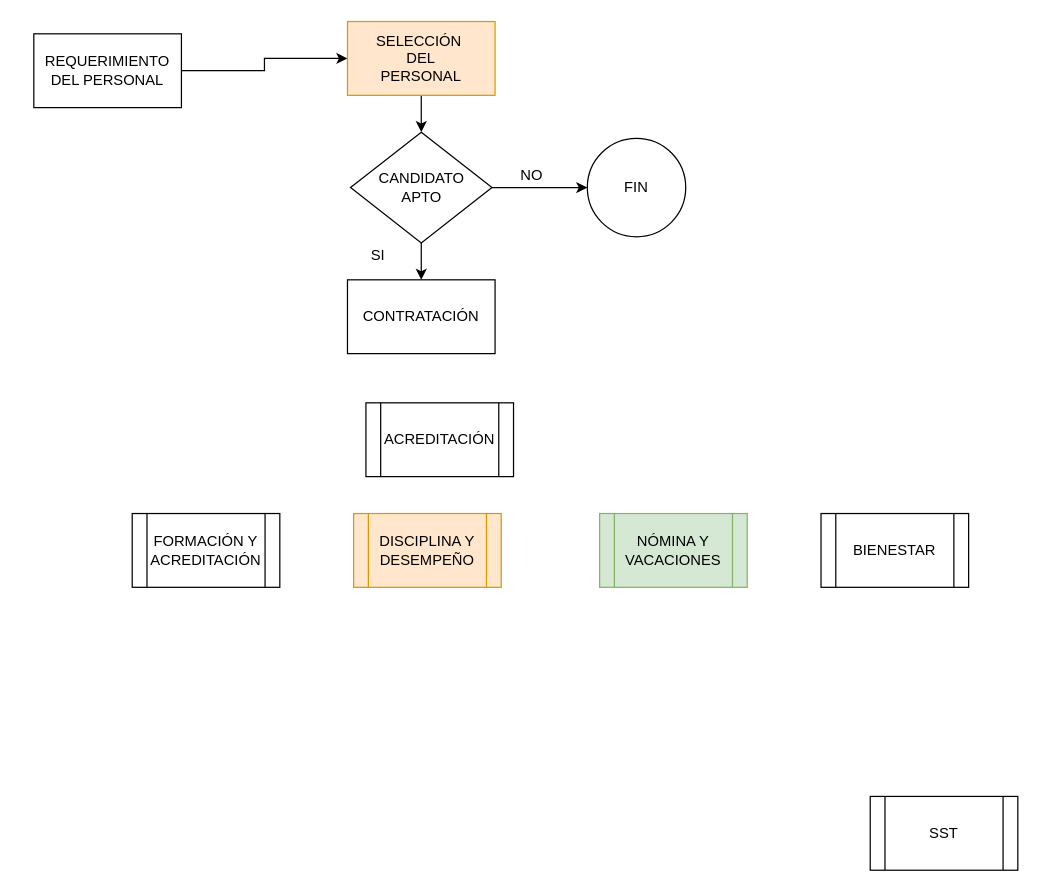
SeguridadOmega/diagrams keeps this draw.io diagram as Untitled Diagram.drawio. Above is the earlier version. Source tidied: cells renumbered, new cells numbered last; positions are measured from the earlier drawing's top-left corner, leaving out a move shared by most shapes. Both pictures are drawn from the tidied source at 123%, with x=0, y=0 at pixel (33, 21).
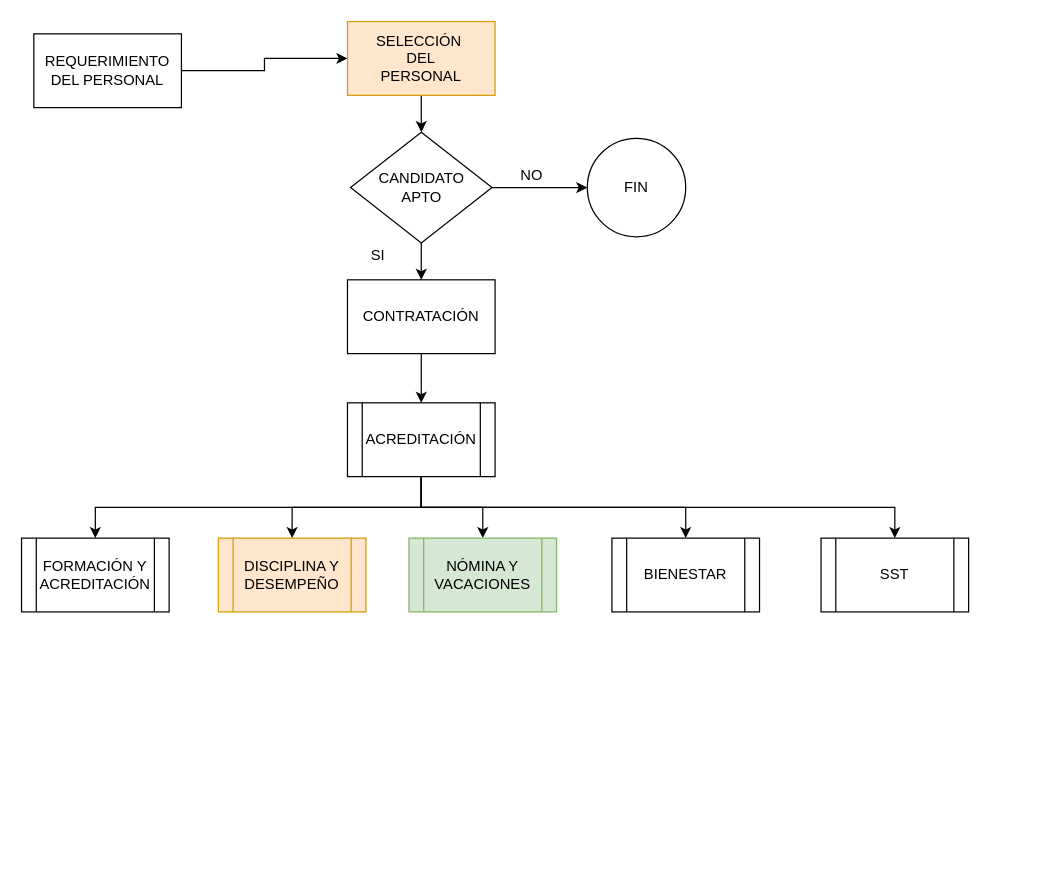
After the change.

The change refers to these unchanged cells:
```xml
<mxCell id="8" value="CONTRATACIÓN" style="rounded=0;whiteSpace=wrap;html=1;" parent="1" vertex="1">
  <mxGeometry x="255" y="210" width="120" height="60" as="geometry" />
</mxCell>
```

The edit, as a diff of the source:
```diff
@@
+    <mxCell id="19" style="edgeStyle=orthogonalEdgeStyle;rounded=0;jettySize=auto;html=1;exitX=0.5;exitY=1;exitDx=0;exitDy=0;entryX=0.5;entryY=0;entryDx=0;entryDy=0;" parent="1" edge="1" source="8" target="9">
+      <mxGeometry relative="1" as="geometry" />
+    </mxCell>
@@
+    <mxCell id="20" style="edgeStyle=orthogonalEdgeStyle;rounded=0;jettySize=auto;html=1;exitX=0.5;exitY=1;exitDx=0;exitDy=0;entryX=0.5;entryY=0;entryDx=0;entryDy=0;" parent="1" edge="1" source="9" target="18">
+      <mxGeometry relative="1" as="geometry" />
+    </mxCell>
+    <mxCell id="21" style="edgeStyle=orthogonalEdgeStyle;rounded=0;jettySize=auto;html=1;exitX=0.5;exitY=1;exitDx=0;exitDy=0;entryX=0.5;entryY=0;entryDx=0;entryDy=0;" parent="1" edge="1" source="9" target="15">
+      <mxGeometry relative="1" as="geometry" />
+    </mxCell>
+    <mxCell id="22" style="edgeStyle=orthogonalEdgeStyle;rounded=0;jettySize=auto;html=1;exitX=0.5;exitY=1;exitDx=0;exitDy=0;entryX=0.5;entryY=0;entryDx=0;entryDy=0;" parent="1" edge="1" source="9" target="14">
+      <mxGeometry relative="1" as="geometry" />
+    </mxCell>
+    <mxCell id="23" style="edgeStyle=orthogonalEdgeStyle;rounded=0;jettySize=auto;html=1;exitX=0.5;exitY=1;exitDx=0;exitDy=0;" parent="1" edge="1" source="9" target="16">
+      <mxGeometry relative="1" as="geometry" />
+    </mxCell>
+    <mxCell id="24" style="edgeStyle=orthogonalEdgeStyle;rounded=0;jettySize=auto;html=1;exitX=0.5;exitY=1;exitDx=0;exitDy=0;" parent="1" edge="1" source="9" target="17">
+      <mxGeometry relative="1" as="geometry" />
+    </mxCell>
     <mxCell id="9" value="ACREDITACIÓN" style="shape=process;whiteSpace=wrap;html=1;backgroundOutline=1;" parent="1" vertex="1">
-      <mxGeometry x="270" y="310" width="120" height="60" as="geometry" />
+      <mxGeometry x="255" y="310" width="120" height="60" as="geometry" />
     </mxCell>
@@
     <mxCell id="14" value="NÓMINA Y VACACIONES" style="shape=process;whiteSpace=wrap;html=1;backgroundOutline=1;fillColor=#d5e8d4;strokeColor=#82b366;" parent="1" vertex="1">
-      <mxGeometry x="460" y="400" width="120" height="60" as="geometry" />
+      <mxGeometry x="305" y="420" width="120" height="60" as="geometry" />
     </mxCell>
     <mxCell id="15" value="DISCIPLINA Y DESEMPEÑO" style="shape=process;whiteSpace=wrap;html=1;backgroundOutline=1;fillColor=#ffe6cc;strokeColor=#d79b00;" parent="1" vertex="1">
-      <mxGeometry x="260" y="400" width="120" height="60" as="geometry" />
+      <mxGeometry x="150" y="420" width="120" height="60" as="geometry" />
     </mxCell>
     <mxCell id="16" value="BIENESTAR" style="shape=process;whiteSpace=wrap;html=1;backgroundOutline=1;" parent="1" vertex="1">
-      <mxGeometry x="640" y="400" width="120" height="60" as="geometry" />
+      <mxGeometry x="470" y="420" width="120" height="60" as="geometry" />
     </mxCell>
     <mxCell id="17" value="SST" style="shape=process;whiteSpace=wrap;html=1;backgroundOutline=1;" parent="1" vertex="1">
-      <mxGeometry x="680" y="630" width="120" height="60" as="geometry" />
+      <mxGeometry x="640" y="420" width="120" height="60" as="geometry" />
     </mxCell>
     <mxCell id="18" value="FORMACIÓN Y ACREDITACIÓN" style="shape=process;whiteSpace=wrap;html=1;backgroundOutline=1;" parent="1" vertex="1">
-      <mxGeometry x="80" y="400" width="120" height="60" as="geometry" />
+      <mxGeometry x="-10" y="420" width="120" height="60" as="geometry" />
     </mxCell>
```
